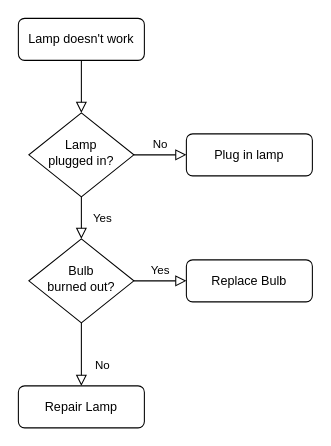
The draw.io diagram Untitled Diagram.drawio in dlxxj/hello-world, before the edit. Source tidied: cells renumbered, new cells numbered last; positions are measured from the earlier drawing's top-left corner, leaving out a move shared by most shapes. Both pictures are drawn from the tidied source at 105%, with x=0, y=0 at pixel (18, 18).
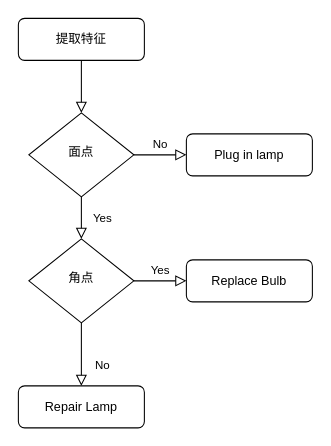
After the change.

What changed in the source:
```diff
@@
 <mxGraphModel>
   <root>
     <mxCell id="0" />
     <mxCell id="1" parent="0" />
     <mxCell id="2" style="rounded=0;html=1;jettySize=auto;fontSize=11;endArrow=block;endFill=0;endSize=8;strokeWidth=1;shadow=0;labelBackgroundColor=none;edgeStyle=orthogonalEdgeStyle;" parent="1" edge="1" source="3" target="6">
       <mxGeometry relative="1" as="geometry" />
     </mxCell>
-    <mxCell id="3" value="Lamp doesn't work" style="rounded=1;whiteSpace=wrap;html=1;fontSize=12;glass=0;strokeWidth=1;shadow=0;" parent="1" vertex="1">
+    <mxCell id="3" value="提取特征" style="rounded=1;whiteSpace=wrap;html=1;fontSize=12;glass=0;strokeWidth=1;shadow=0;" parent="1" vertex="1">
       <mxGeometry width="120" height="40" as="geometry" />
     </mxCell>
     <mxCell id="4" value="Yes" style="rounded=0;html=1;jettySize=auto;fontSize=11;endArrow=block;endFill=0;endSize=8;strokeWidth=1;shadow=0;labelBackgroundColor=none;edgeStyle=orthogonalEdgeStyle;" parent="1" edge="1" source="6" target="10">
       <mxGeometry y="20" relative="1" as="geometry" />
     </mxCell>
     <mxCell id="5" value="No" style="edgeStyle=orthogonalEdgeStyle;rounded=0;html=1;jettySize=auto;fontSize=11;endArrow=block;endFill=0;endSize=8;strokeWidth=1;shadow=0;labelBackgroundColor=none;" parent="1" edge="1" source="6" target="7">
       <mxGeometry y="10" relative="1" as="geometry" />
     </mxCell>
-    <mxCell id="6" value="Lamp&lt;br&gt;plugged in?" style="rhombus;whiteSpace=wrap;html=1;shadow=0;fontFamily=Helvetica;fontSize=12;align=center;strokeWidth=1;spacing=6;spacingTop=-4;" parent="1" vertex="1">
+    <mxCell id="6" value="面点" style="rhombus;whiteSpace=wrap;html=1;shadow=0;fontFamily=Helvetica;fontSize=12;align=center;strokeWidth=1;spacing=6;spacingTop=-4;" parent="1" vertex="1">
       <mxGeometry x="10" y="90" width="100" height="80" as="geometry" />
     </mxCell>
     <mxCell id="7" value="Plug in lamp" style="rounded=1;whiteSpace=wrap;html=1;fontSize=12;glass=0;strokeWidth=1;shadow=0;" parent="1" vertex="1">
       <mxGeometry x="160" y="110" width="120" height="40" as="geometry" />
     </mxCell>
     <mxCell id="8" value="No" style="rounded=0;html=1;jettySize=auto;fontSize=11;endArrow=block;endFill=0;endSize=8;strokeWidth=1;shadow=0;labelBackgroundColor=none;edgeStyle=orthogonalEdgeStyle;" parent="1" edge="1" source="10" target="11">
       <mxGeometry x="0.33" y="20" relative="1" as="geometry" />
     </mxCell>
     <mxCell id="9" value="Yes" style="edgeStyle=orthogonalEdgeStyle;rounded=0;html=1;jettySize=auto;fontSize=11;endArrow=block;endFill=0;endSize=8;strokeWidth=1;shadow=0;labelBackgroundColor=none;" parent="1" edge="1" source="10" target="12">
       <mxGeometry y="10" relative="1" as="geometry" />
     </mxCell>
-    <mxCell id="10" value="Bulb&lt;br&gt;burned out?" style="rhombus;whiteSpace=wrap;html=1;shadow=0;fontFamily=Helvetica;fontSize=12;align=center;strokeWidth=1;spacing=6;spacingTop=-4;" parent="1" vertex="1">
+    <mxCell id="10" value="角点" style="rhombus;whiteSpace=wrap;html=1;shadow=0;fontFamily=Helvetica;fontSize=12;align=center;strokeWidth=1;spacing=6;spacingTop=-4;" parent="1" vertex="1">
       <mxGeometry x="10" y="210" width="100" height="80" as="geometry" />
     </mxCell>
     <mxCell id="11" value="Repair Lamp" style="rounded=1;whiteSpace=wrap;html=1;fontSize=12;glass=0;strokeWidth=1;shadow=0;" parent="1" vertex="1">
       <mxGeometry y="350" width="120" height="40" as="geometry" />
     </mxCell>
     <mxCell id="12" value="Replace Bulb" style="rounded=1;whiteSpace=wrap;html=1;fontSize=12;glass=0;strokeWidth=1;shadow=0;" parent="1" vertex="1">
       <mxGeometry x="160" y="230" width="120" height="40" as="geometry" />
     </mxCell>
   </root>
 </mxGraphModel>
```
